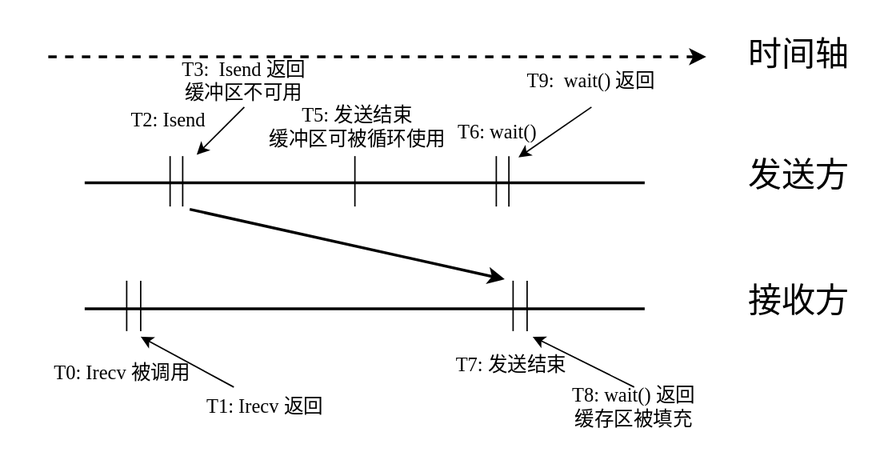
This is img/ch-mpi/non-blocking.svg from godaai/scale-py-zh, a draw.io export, as it was before one commit. Source tidied: cells renumbered, new cells last; positions are measured from the earlier drawing's top-left corner, leaving out a move shared by most shapes.
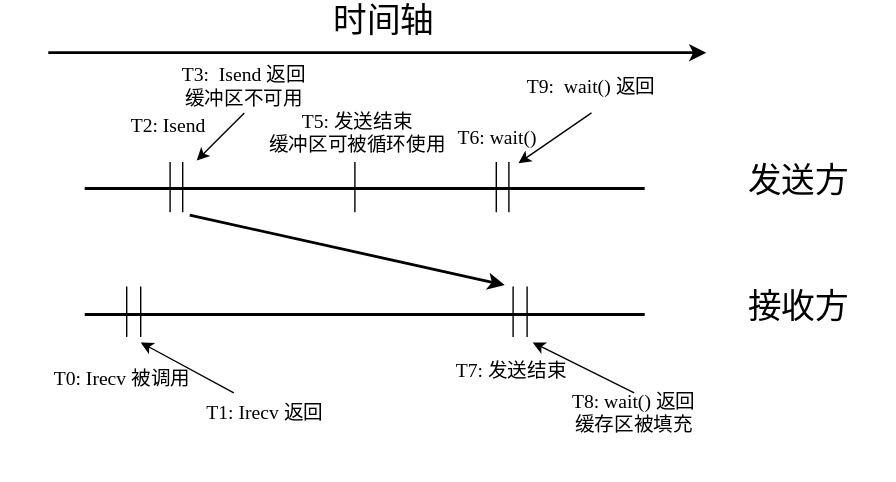
The same diagram one commit later.

The edit, as a diff of the source:
```diff
@@ -47,14 +47,14 @@
         <mxPoint x="366" y="200" as="targetPoint" />
       </mxGeometry>
     </mxCell>
-    <mxCell id="12" style="endArrow=classic;html=1;rounded=0;fontSize=14;dashed=1;strokeWidth=2;fontFamily=Times New Roman;" parent="1" edge="1">
+    <mxCell id="12" style="endArrow=classic;html=1;rounded=0;fontSize=14;strokeWidth=2;fontFamily=Times New Roman;" parent="1" edge="1">
       <mxGeometry relative="1" as="geometry">
-        <mxPoint x="34" y="40" as="sourcePoint" />
-        <mxPoint x="504" y="40" as="targetPoint" />
+        <mxPoint x="34" y="33" as="sourcePoint" />
+        <mxPoint x="504" y="33" as="targetPoint" />
       </mxGeometry>
     </mxCell>
     <mxCell id="13" value="时间轴" style="text;html=1;strokeColor=none;fillColor=none;align=center;verticalAlign=middle;whiteSpace=wrap;rounded=0;fontSize=24;fontFamily=Times New Roman;" parent="1" vertex="1">
-      <mxGeometry x="525" y="24" width="90" height="30" as="geometry" />
+      <mxGeometry x="229" y="-4" width="90" height="30" as="geometry" />
     </mxCell>
     <mxCell id="14" value="&lt;span style=&quot;font-size: 14px;&quot;&gt;T3:&amp;nbsp; Isend 返回&lt;br&gt;缓冲区不可用&lt;br&gt;&lt;/span&gt;" style="text;html=1;strokeColor=none;fillColor=none;align=center;verticalAlign=middle;whiteSpace=wrap;rounded=0;fontSize=14;fontFamily=Times New Roman;" parent="1" vertex="1">
       <mxGeometry x="114" y="40" width="120" height="36" as="geometry" />
```
